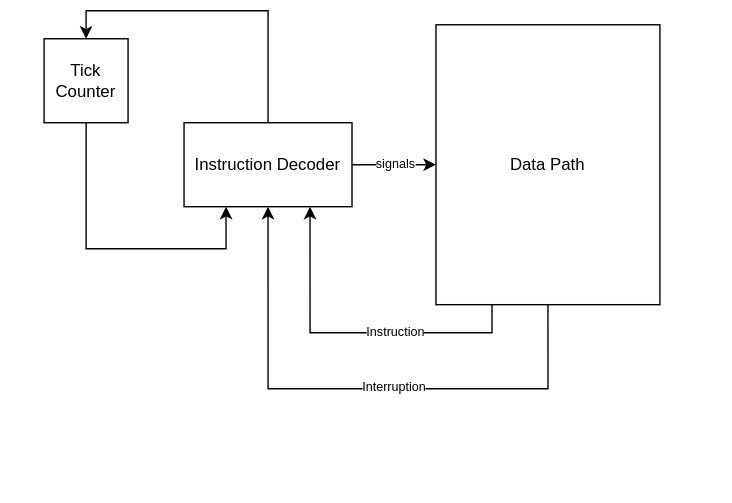
This is schemes/control_unit.drawio.svg from glebmavi/csa_lab3, a draw.io export, as it was before one commit. Source tidied: cells renumbered, new cells last; positions are measured from the earlier drawing's top-left corner, leaving out a move shared by most shapes.
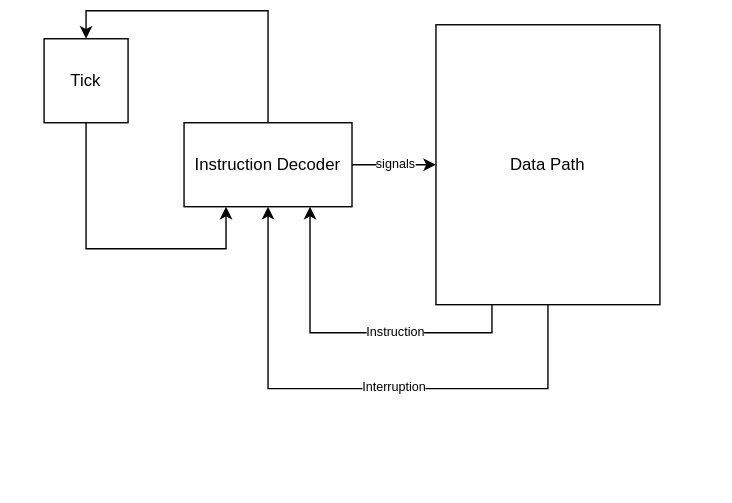
After the change.

Change to the diagram source:
```diff
@@ -45,7 +45,7 @@
         </Array>
       </mxGeometry>
     </mxCell>
-    <mxCell id="10" value="Tick&lt;div&gt;Сounter&lt;/div&gt;" style="whiteSpace=wrap;html=1;" parent="1" vertex="1">
+    <mxCell id="10" value="Tick" style="whiteSpace=wrap;html=1;" parent="1" vertex="1">
       <mxGeometry x="30" y="20" width="60" height="60" as="geometry" />
     </mxCell>
     <mxCell id="11" style="endArrow=none;dashed=1;html=1;dashPattern=1 3;strokeWidth=2;rounded=0;" parent="1" edge="1">
```
